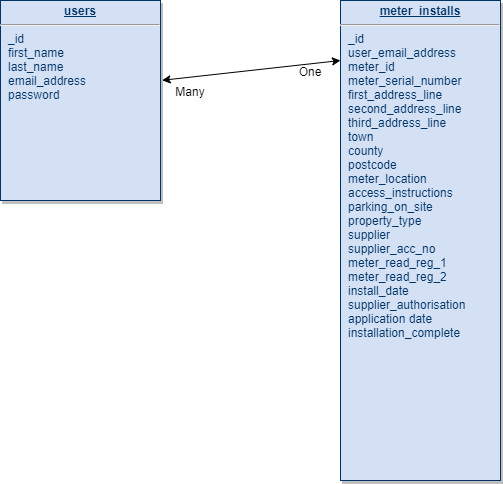
Earlier version of the draw.io export static/images/readme-images/ms3-db-plan.png (LukeGarnham/Wired-and-Wiser-MS3). Source tidied: cells renumbered, new cells last; positions are measured from the earlier drawing's top-left corner, leaving out a move shared by most shapes. The source it was exported from:
```xml
<mxGraphModel background="#ffffff">
  <root>
    <mxCell id="0" />
    <mxCell id="1" parent="0" />
    <mxCell id="2" value="&lt;p style=&quot;margin: 0px ; margin-top: 4px ; text-align: center ; text-decoration: underline&quot;&gt;&lt;b&gt;meter_installs&lt;/b&gt;&lt;/p&gt;&lt;hr&gt;&lt;p style=&quot;margin: 0px ; margin-left: 8px&quot;&gt;_id&lt;/p&gt;&lt;p style=&quot;margin: 0px ; margin-left: 8px&quot;&gt;user_email_address&lt;/p&gt;&lt;p style=&quot;margin: 0px ; margin-left: 8px&quot;&gt;meter_id&lt;/p&gt;&lt;p style=&quot;margin: 0px ; margin-left: 8px&quot;&gt;meter_serial_number&lt;/p&gt;&lt;p style=&quot;margin: 0px 0px 0px 8px&quot;&gt;first_address_line&lt;/p&gt;&lt;p style=&quot;margin: 0px 0px 0px 8px&quot;&gt;second_address_line&lt;br&gt;&lt;/p&gt;&lt;p style=&quot;margin: 0px 0px 0px 8px&quot;&gt;third_address_line&lt;br&gt;&lt;/p&gt;&lt;p style=&quot;margin: 0px 0px 0px 8px&quot;&gt;town&lt;/p&gt;&lt;p style=&quot;margin: 0px 0px 0px 8px&quot;&gt;county&lt;/p&gt;&lt;p style=&quot;margin: 0px 0px 0px 8px&quot;&gt;postcode&lt;/p&gt;&lt;p style=&quot;margin: 0px ; margin-left: 8px&quot;&gt;meter_location&lt;/p&gt;&lt;p style=&quot;margin: 0px ; margin-left: 8px&quot;&gt;access_instructions&lt;/p&gt;&lt;p style=&quot;margin: 0px ; margin-left: 8px&quot;&gt;parking_on_site&lt;/p&gt;&lt;p style=&quot;margin: 0px ; margin-left: 8px&quot;&gt;property_type&lt;br&gt;&lt;/p&gt;&lt;p style=&quot;margin: 0px ; margin-left: 8px&quot;&gt;supplier&lt;/p&gt;&lt;p style=&quot;margin: 0px ; margin-left: 8px&quot;&gt;supplier_acc_no&lt;/p&gt;&lt;p style=&quot;margin: 0px ; margin-left: 8px&quot;&gt;meter_read_reg_1&lt;/p&gt;&lt;p style=&quot;margin: 0px ; margin-left: 8px&quot;&gt;meter_read_reg_2&lt;br&gt;&lt;/p&gt;&lt;p style=&quot;margin: 0px ; margin-left: 8px&quot;&gt;install_date&lt;/p&gt;&lt;p style=&quot;margin: 0px ; margin-left: 8px&quot;&gt;supplier_authorisation&lt;/p&gt;&lt;p style=&quot;margin: 0px ; margin-left: 8px&quot;&gt;application date&lt;/p&gt;&lt;p style=&quot;margin: 0px ; margin-left: 8px&quot;&gt;installation_complete&lt;br&gt;&lt;/p&gt;&lt;p style=&quot;margin: 0px ; margin-left: 8px&quot;&gt;&lt;br&gt;&lt;/p&gt;&lt;p style=&quot;margin: 0px ; margin-left: 8px&quot;&gt;&lt;br&gt;&lt;/p&gt;" style="verticalAlign=top;align=left;overflow=fill;fontSize=12;fontFamily=Helvetica;html=1;strokeColor=#003366;shadow=1;fillColor=#D4E1F5;fontColor=#003366;" parent="1" vertex="1">
      <mxGeometry x="340" width="160" height="480" as="geometry" />
    </mxCell>
    <mxCell id="3" value="&lt;p style=&quot;margin: 0px ; margin-top: 4px ; text-align: center ; text-decoration: underline&quot;&gt;&lt;strong&gt;users&lt;/strong&gt;&lt;/p&gt;&lt;hr&gt;&lt;p style=&quot;margin: 0px ; margin-left: 8px&quot;&gt;_id&lt;/p&gt;&lt;p style=&quot;margin: 0px ; margin-left: 8px&quot;&gt;first_name&lt;/p&gt;&lt;p style=&quot;margin: 0px ; margin-left: 8px&quot;&gt;last_name&lt;/p&gt;&lt;p style=&quot;margin: 0px ; margin-left: 8px&quot;&gt;email_address&lt;/p&gt;&lt;p style=&quot;margin: 0px ; margin-left: 8px&quot;&gt;password&lt;/p&gt;&lt;p style=&quot;margin: 0px ; margin-left: 8px&quot;&gt;&lt;br&gt;&lt;/p&gt;" style="verticalAlign=top;align=left;overflow=fill;fontSize=12;fontFamily=Helvetica;html=1;strokeColor=#003366;shadow=1;fillColor=#D4E1F5;fontColor=#003366;" parent="1" vertex="1">
      <mxGeometry width="160" height="200" as="geometry" />
    </mxCell>
    <mxCell id="4" value="Many" style="text;html=1;strokeColor=none;fillColor=none;align=center;verticalAlign=middle;whiteSpace=wrap;rounded=0;" parent="1" vertex="1">
      <mxGeometry x="170" y="81" width="40" height="20" as="geometry" />
    </mxCell>
    <mxCell id="5" value="One" style="text;html=1;strokeColor=none;fillColor=none;align=center;verticalAlign=middle;whiteSpace=wrap;rounded=0;" parent="1" vertex="1">
      <mxGeometry x="290" y="61" width="40" height="20" as="geometry" />
    </mxCell>
    <mxCell id="6" style="endArrow=classic;html=1;exitX=0.995;exitY=0.443;exitDx=0;exitDy=0;exitPerimeter=0;entryX=-0.01;entryY=0.167;entryDx=0;entryDy=0;entryPerimeter=0;strokeColor=none;curved=1;" parent="1" edge="1" source="3" target="2">
      <mxGeometry relative="1" as="geometry">
        <Array as="points">
          <mxPoint x="300" y="20" />
          <mxPoint x="200" y="100" />
        </Array>
      </mxGeometry>
    </mxCell>
    <mxCell id="7" style="endArrow=classic;startArrow=classic;html=1;exitX=1.01;exitY=0.399;exitDx=0;exitDy=0;exitPerimeter=0;" parent="1" edge="1" source="3">
      <mxGeometry relative="1" as="geometry">
        <mxPoint x="340" y="60" as="targetPoint" />
      </mxGeometry>
    </mxCell>
  </root>
</mxGraphModel>
```
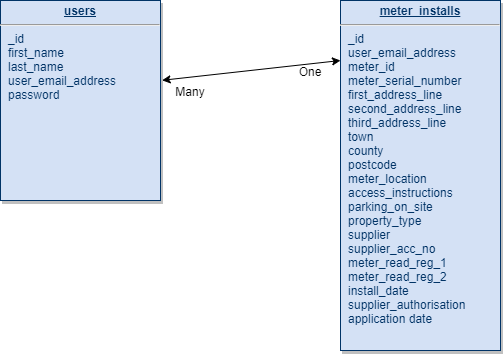
The same file after the commit.

Commit message:
Added more to ReadMe report.  Changed the meter ID and meter reads to integers in the meter_installs collection.

Diff of the diagram source:
```diff
@@ -2,10 +2,10 @@
   <root>
     <mxCell id="0" />
     <mxCell id="1" parent="0" />
-    <mxCell id="2" value="&lt;p style=&quot;margin: 0px ; margin-top: 4px ; text-align: center ; text-decoration: underline&quot;&gt;&lt;b&gt;meter_installs&lt;/b&gt;&lt;/p&gt;&lt;hr&gt;&lt;p style=&quot;margin: 0px ; margin-left: 8px&quot;&gt;_id&lt;/p&gt;&lt;p style=&quot;margin: 0px ; margin-left: 8px&quot;&gt;user_email_address&lt;/p&gt;&lt;p style=&quot;margin: 0px ; margin-left: 8px&quot;&gt;meter_id&lt;/p&gt;&lt;p style=&quot;margin: 0px ; margin-left: 8px&quot;&gt;meter_serial_number&lt;/p&gt;&lt;p style=&quot;margin: 0px 0px 0px 8px&quot;&gt;first_address_line&lt;/p&gt;&lt;p style=&quot;margin: 0px 0px 0px 8px&quot;&gt;second_address_line&lt;br&gt;&lt;/p&gt;&lt;p style=&quot;margin: 0px 0px 0px 8px&quot;&gt;third_address_line&lt;br&gt;&lt;/p&gt;&lt;p style=&quot;margin: 0px 0px 0px 8px&quot;&gt;town&lt;/p&gt;&lt;p style=&quot;margin: 0px 0px 0px 8px&quot;&gt;county&lt;/p&gt;&lt;p style=&quot;margin: 0px 0px 0px 8px&quot;&gt;postcode&lt;/p&gt;&lt;p style=&quot;margin: 0px ; margin-left: 8px&quot;&gt;meter_location&lt;/p&gt;&lt;p style=&quot;margin: 0px ; margin-left: 8px&quot;&gt;access_instructions&lt;/p&gt;&lt;p style=&quot;margin: 0px ; margin-left: 8px&quot;&gt;parking_on_site&lt;/p&gt;&lt;p style=&quot;margin: 0px ; margin-left: 8px&quot;&gt;property_type&lt;br&gt;&lt;/p&gt;&lt;p style=&quot;margin: 0px ; margin-left: 8px&quot;&gt;supplier&lt;/p&gt;&lt;p style=&quot;margin: 0px ; margin-left: 8px&quot;&gt;supplier_acc_no&lt;/p&gt;&lt;p style=&quot;margin: 0px ; margin-left: 8px&quot;&gt;meter_read_reg_1&lt;/p&gt;&lt;p style=&quot;margin: 0px ; margin-left: 8px&quot;&gt;meter_read_reg_2&lt;br&gt;&lt;/p&gt;&lt;p style=&quot;margin: 0px ; margin-left: 8px&quot;&gt;install_date&lt;/p&gt;&lt;p style=&quot;margin: 0px ; margin-left: 8px&quot;&gt;supplier_authorisation&lt;/p&gt;&lt;p style=&quot;margin: 0px ; margin-left: 8px&quot;&gt;application date&lt;/p&gt;&lt;p style=&quot;margin: 0px ; margin-left: 8px&quot;&gt;installation_complete&lt;br&gt;&lt;/p&gt;&lt;p style=&quot;margin: 0px ; margin-left: 8px&quot;&gt;&lt;br&gt;&lt;/p&gt;&lt;p style=&quot;margin: 0px ; margin-left: 8px&quot;&gt;&lt;br&gt;&lt;/p&gt;" style="verticalAlign=top;align=left;overflow=fill;fontSize=12;fontFamily=Helvetica;html=1;strokeColor=#003366;shadow=1;fillColor=#D4E1F5;fontColor=#003366;" parent="1" vertex="1">
-      <mxGeometry x="340" width="160" height="480" as="geometry" />
+    <mxCell id="2" value="&lt;p style=&quot;margin: 0px ; margin-top: 4px ; text-align: center ; text-decoration: underline&quot;&gt;&lt;b&gt;meter_installs&lt;/b&gt;&lt;/p&gt;&lt;hr&gt;&lt;p style=&quot;margin: 0px ; margin-left: 8px&quot;&gt;_id&lt;/p&gt;&lt;p style=&quot;margin: 0px ; margin-left: 8px&quot;&gt;user_email_address&lt;/p&gt;&lt;p style=&quot;margin: 0px ; margin-left: 8px&quot;&gt;meter_id&lt;/p&gt;&lt;p style=&quot;margin: 0px ; margin-left: 8px&quot;&gt;meter_serial_number&lt;/p&gt;&lt;p style=&quot;margin: 0px 0px 0px 8px&quot;&gt;first_address_line&lt;/p&gt;&lt;p style=&quot;margin: 0px 0px 0px 8px&quot;&gt;second_address_line&lt;br&gt;&lt;/p&gt;&lt;p style=&quot;margin: 0px 0px 0px 8px&quot;&gt;third_address_line&lt;br&gt;&lt;/p&gt;&lt;p style=&quot;margin: 0px 0px 0px 8px&quot;&gt;town&lt;/p&gt;&lt;p style=&quot;margin: 0px 0px 0px 8px&quot;&gt;county&lt;/p&gt;&lt;p style=&quot;margin: 0px 0px 0px 8px&quot;&gt;postcode&lt;/p&gt;&lt;p style=&quot;margin: 0px ; margin-left: 8px&quot;&gt;meter_location&lt;/p&gt;&lt;p style=&quot;margin: 0px ; margin-left: 8px&quot;&gt;access_instructions&lt;/p&gt;&lt;p style=&quot;margin: 0px ; margin-left: 8px&quot;&gt;parking_on_site&lt;/p&gt;&lt;p style=&quot;margin: 0px ; margin-left: 8px&quot;&gt;property_type&lt;br&gt;&lt;/p&gt;&lt;p style=&quot;margin: 0px ; margin-left: 8px&quot;&gt;supplier&lt;/p&gt;&lt;p style=&quot;margin: 0px ; margin-left: 8px&quot;&gt;supplier_acc_no&lt;/p&gt;&lt;p style=&quot;margin: 0px ; margin-left: 8px&quot;&gt;meter_read_reg_1&lt;/p&gt;&lt;p style=&quot;margin: 0px ; margin-left: 8px&quot;&gt;meter_read_reg_2&lt;br&gt;&lt;/p&gt;&lt;p style=&quot;margin: 0px ; margin-left: 8px&quot;&gt;install_date&lt;/p&gt;&lt;p style=&quot;margin: 0px ; margin-left: 8px&quot;&gt;supplier_authorisation&lt;/p&gt;&lt;p style=&quot;margin: 0px ; margin-left: 8px&quot;&gt;application date&lt;/p&gt;&lt;p style=&quot;margin: 0px ; margin-left: 8px&quot;&gt;&lt;br&gt;&lt;/p&gt;" style="verticalAlign=top;align=left;overflow=fill;fontSize=12;fontFamily=Helvetica;html=1;strokeColor=#003366;shadow=1;fillColor=#D4E1F5;fontColor=#003366;" parent="1" vertex="1">
+      <mxGeometry x="340" width="160" height="350" as="geometry" />
     </mxCell>
-    <mxCell id="3" value="&lt;p style=&quot;margin: 0px ; margin-top: 4px ; text-align: center ; text-decoration: underline&quot;&gt;&lt;strong&gt;users&lt;/strong&gt;&lt;/p&gt;&lt;hr&gt;&lt;p style=&quot;margin: 0px ; margin-left: 8px&quot;&gt;_id&lt;/p&gt;&lt;p style=&quot;margin: 0px ; margin-left: 8px&quot;&gt;first_name&lt;/p&gt;&lt;p style=&quot;margin: 0px ; margin-left: 8px&quot;&gt;last_name&lt;/p&gt;&lt;p style=&quot;margin: 0px ; margin-left: 8px&quot;&gt;email_address&lt;/p&gt;&lt;p style=&quot;margin: 0px ; margin-left: 8px&quot;&gt;password&lt;/p&gt;&lt;p style=&quot;margin: 0px ; margin-left: 8px&quot;&gt;&lt;br&gt;&lt;/p&gt;" style="verticalAlign=top;align=left;overflow=fill;fontSize=12;fontFamily=Helvetica;html=1;strokeColor=#003366;shadow=1;fillColor=#D4E1F5;fontColor=#003366;" parent="1" vertex="1">
+    <mxCell id="3" value="&lt;p style=&quot;margin: 0px ; margin-top: 4px ; text-align: center ; text-decoration: underline&quot;&gt;&lt;strong&gt;users&lt;/strong&gt;&lt;/p&gt;&lt;hr&gt;&lt;p style=&quot;margin: 0px ; margin-left: 8px&quot;&gt;_id&lt;/p&gt;&lt;p style=&quot;margin: 0px ; margin-left: 8px&quot;&gt;first_name&lt;/p&gt;&lt;p style=&quot;margin: 0px ; margin-left: 8px&quot;&gt;last_name&lt;/p&gt;&lt;p style=&quot;margin: 0px ; margin-left: 8px&quot;&gt;user_email_address&lt;/p&gt;&lt;p style=&quot;margin: 0px ; margin-left: 8px&quot;&gt;password&lt;/p&gt;&lt;p style=&quot;margin: 0px ; margin-left: 8px&quot;&gt;&lt;br&gt;&lt;/p&gt;" style="verticalAlign=top;align=left;overflow=fill;fontSize=12;fontFamily=Helvetica;html=1;strokeColor=#003366;shadow=1;fillColor=#D4E1F5;fontColor=#003366;" parent="1" vertex="1">
       <mxGeometry width="160" height="200" as="geometry" />
     </mxCell>
     <mxCell id="4" value="Many" style="text;html=1;strokeColor=none;fillColor=none;align=center;verticalAlign=middle;whiteSpace=wrap;rounded=0;" parent="1" vertex="1">
```
